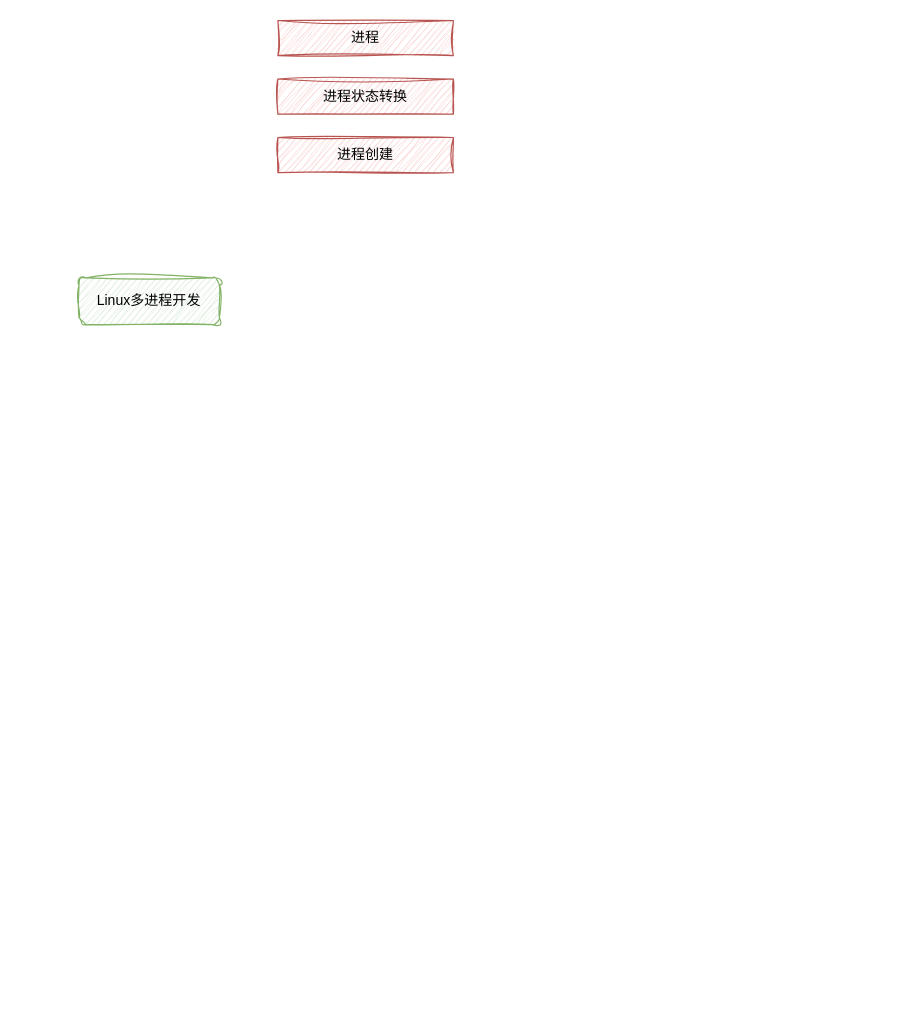
This is Images/Linux多进程开发.drawio from DUTRB/WebServer-Learn, a draw.io file, before an edit. Source tidied: cells renumbered, new cells numbered last; positions are measured from the earlier drawing's top-left corner, leaving out a move shared by most shapes. Both pictures are drawn from the tidied source at 117%, with x=0, y=0 at pixel (78, 20).
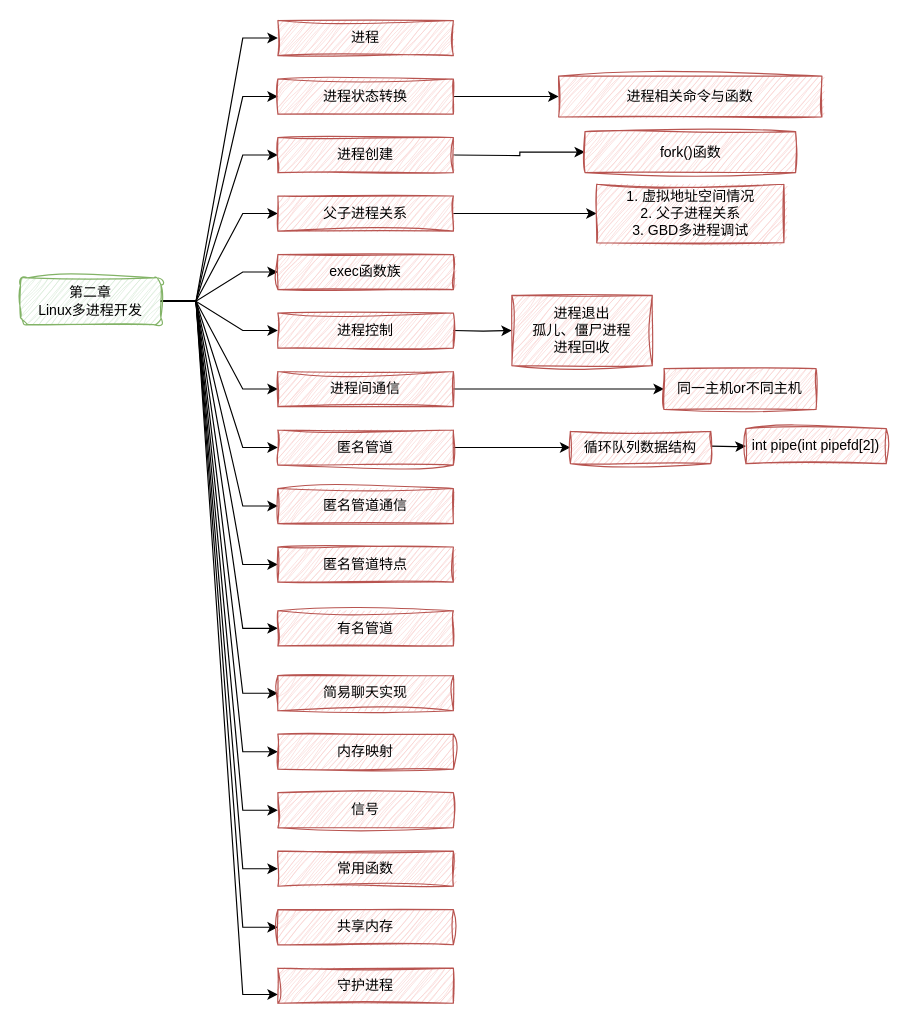
The same diagram, later.

Commit message (it also covers changes not shown here):
更新Linux多进程开发.drawio

The change refers to these unchanged cells:
```xml
<mxCell id="3" value="进程" style="rounded=0;whiteSpace=wrap;html=1;fillColor=#f8cecc;strokeColor=#b85450;sketch=1;curveFitting=1;jiggle=2;glass=0;shadow=0;" parent="1" vertex="1">
  <mxGeometry x="170" width="150" height="30" as="geometry" />
</mxCell>
<mxCell id="4" value="进程状态转换" style="rounded=0;whiteSpace=wrap;html=1;fillColor=#f8cecc;strokeColor=#b85450;sketch=1;curveFitting=1;jiggle=2;glass=0;shadow=0;" parent="1" vertex="1">
  <mxGeometry x="170" y="50" width="150" height="30" as="geometry" />
</mxCell>
<mxCell id="5" value="进程创建" style="rounded=0;whiteSpace=wrap;html=1;fillColor=#f8cecc;strokeColor=#b85450;sketch=1;curveFitting=1;jiggle=2;glass=0;shadow=0;" parent="1" vertex="1">
  <mxGeometry x="170" y="100" width="150" height="30" as="geometry" />
</mxCell>
```

Change to the diagram source:
```diff
@@
+    <mxCell id="6" style="edgeStyle=entityRelationEdgeStyle;rounded=0;jettySize=auto;html=1;exitX=1;exitY=0.5;exitDx=0;exitDy=0;entryX=0;entryY=0.5;entryDx=0;entryDy=0;" parent="1" edge="1" source="2" target="3">
+      <mxGeometry relative="1" as="geometry" />
+    </mxCell>
+    <mxCell id="7" style="edgeStyle=entityRelationEdgeStyle;rounded=0;jettySize=auto;html=1;exitX=1;exitY=0.5;exitDx=0;exitDy=0;" parent="1" edge="1" source="2" target="4">
+      <mxGeometry relative="1" as="geometry" />
+    </mxCell>
+    <mxCell id="8" style="edgeStyle=entityRelationEdgeStyle;rounded=0;jettySize=auto;html=1;exitX=1;exitY=0.5;exitDx=0;exitDy=0;" parent="1" edge="1" source="2" target="5">
+      <mxGeometry relative="1" as="geometry" />
+    </mxCell>
+    <mxCell id="9" style="edgeStyle=entityRelationEdgeStyle;rounded=0;jettySize=auto;html=1;exitX=1;exitY=0.5;exitDx=0;exitDy=0;" parent="1" edge="1" source="2" target="26">
+      <mxGeometry relative="1" as="geometry" />
+    </mxCell>
+    <mxCell id="10" style="edgeStyle=entityRelationEdgeStyle;rounded=0;jettySize=auto;html=1;exitX=1;exitY=0.5;exitDx=0;exitDy=0;" parent="1" edge="1" source="2" target="27">
+      <mxGeometry relative="1" as="geometry" />
+    </mxCell>
+    <mxCell id="11" style="edgeStyle=entityRelationEdgeStyle;rounded=0;jettySize=auto;html=1;exitX=1;exitY=0.5;exitDx=0;exitDy=0;entryX=0;entryY=0.5;entryDx=0;entryDy=0;" parent="1" edge="1" source="2" target="29">
+      <mxGeometry relative="1" as="geometry" />
+    </mxCell>
+    <mxCell id="12" style="edgeStyle=entityRelationEdgeStyle;rounded=0;jettySize=auto;html=1;exitX=1;exitY=0.5;exitDx=0;exitDy=0;entryX=0;entryY=0.5;entryDx=0;entryDy=0;" parent="1" edge="1" source="2" target="31">
+      <mxGeometry relative="1" as="geometry" />
+    </mxCell>
+    <mxCell id="13" style="edgeStyle=entityRelationEdgeStyle;rounded=0;jettySize=auto;html=1;exitX=1;exitY=0.5;exitDx=0;exitDy=0;entryX=0;entryY=0.5;entryDx=0;entryDy=0;" parent="1" edge="1" source="2" target="33">
+      <mxGeometry relative="1" as="geometry" />
+    </mxCell>
+    <mxCell id="14" style="edgeStyle=entityRelationEdgeStyle;rounded=0;jettySize=auto;html=1;exitX=1;exitY=0.5;exitDx=0;exitDy=0;entryX=0;entryY=0.5;entryDx=0;entryDy=0;" parent="1" edge="1" source="2" target="34">
+      <mxGeometry relative="1" as="geometry" />
+    </mxCell>
+    <mxCell id="15" style="edgeStyle=entityRelationEdgeStyle;rounded=0;jettySize=auto;html=1;exitX=1;exitY=0.5;exitDx=0;exitDy=0;entryX=0;entryY=0.5;entryDx=0;entryDy=0;" parent="1" edge="1" source="2" target="35">
+      <mxGeometry relative="1" as="geometry" />
+    </mxCell>
+    <mxCell id="16" style="edgeStyle=entityRelationEdgeStyle;rounded=0;jettySize=auto;html=1;exitX=1;exitY=0.5;exitDx=0;exitDy=0;entryX=0;entryY=0.5;entryDx=0;entryDy=0;" parent="1" edge="1" source="2" target="36">
+      <mxGeometry relative="1" as="geometry" />
+    </mxCell>
+    <mxCell id="17" style="edgeStyle=entityRelationEdgeStyle;rounded=0;jettySize=auto;html=1;exitX=1;exitY=0.5;exitDx=0;exitDy=0;entryX=0;entryY=0.5;entryDx=0;entryDy=0;" parent="1" edge="1" source="2" target="37">
+      <mxGeometry relative="1" as="geometry" />
+    </mxCell>
+    <mxCell id="18" style="edgeStyle=entityRelationEdgeStyle;rounded=0;jettySize=auto;html=1;exitX=1;exitY=0.5;exitDx=0;exitDy=0;entryX=0;entryY=0.5;entryDx=0;entryDy=0;" parent="1" edge="1" source="2" target="38">
+      <mxGeometry relative="1" as="geometry" />
+    </mxCell>
+    <mxCell id="19" style="edgeStyle=entityRelationEdgeStyle;rounded=0;jettySize=auto;html=1;exitX=1;exitY=0.5;exitDx=0;exitDy=0;" parent="1" edge="1" source="2" target="39">
+      <mxGeometry relative="1" as="geometry" />
+    </mxCell>
+    <mxCell id="20" style="edgeStyle=entityRelationEdgeStyle;rounded=0;jettySize=auto;html=1;exitX=1;exitY=0.5;exitDx=0;exitDy=0;entryX=0;entryY=0.5;entryDx=0;entryDy=0;" parent="1" edge="1" source="2" target="40">
+      <mxGeometry relative="1" as="geometry" />
+    </mxCell>
+    <mxCell id="21" style="edgeStyle=entityRelationEdgeStyle;rounded=0;jettySize=auto;html=1;exitX=1;exitY=0.5;exitDx=0;exitDy=0;entryX=0;entryY=0.5;entryDx=0;entryDy=0;" parent="1" edge="1" source="2" target="41">
+      <mxGeometry relative="1" as="geometry" />
+    </mxCell>
+    <mxCell id="22" style="edgeStyle=entityRelationEdgeStyle;rounded=0;jettySize=auto;html=1;exitX=1;exitY=0.5;exitDx=0;exitDy=0;entryX=0;entryY=0.75;entryDx=0;entryDy=0;" parent="1" edge="1" source="2" target="42">
+      <mxGeometry relative="1" as="geometry" />
+    </mxCell>
-    <mxCell id="2" value="Linux多进程开发" style="rounded=1;whiteSpace=wrap;html=1;fillColor=#d5e8d4;strokeColor=#82b366;sketch=1;curveFitting=1;jiggle=2;" parent="1" vertex="1">
-      <mxGeometry y="220" width="120" height="40" as="geometry" />
+    <mxCell id="2" value="第二章&lt;br&gt;Linux多进程开发" style="rounded=1;whiteSpace=wrap;html=1;fillColor=#d5e8d4;strokeColor=#82b366;sketch=1;curveFitting=1;jiggle=2;" parent="1" vertex="1">
+      <mxGeometry x="-50" y="220" width="120" height="40" as="geometry" />
     </mxCell>
@@
+    <mxCell id="23" style="edgeStyle=orthogonalEdgeStyle;rounded=0;jettySize=auto;html=1;" parent="1" edge="1" source="4" target="43">
+      <mxGeometry relative="1" as="geometry" />
+    </mxCell>
@@
+    <mxCell id="24" style="edgeStyle=orthogonalEdgeStyle;rounded=0;jettySize=auto;html=1;" parent="1" edge="1" target="44">
+      <mxGeometry relative="1" as="geometry">
+        <mxPoint x="320" y="115" as="sourcePoint" />
+      </mxGeometry>
+    </mxCell>
@@
+    <mxCell id="25" style="edgeStyle=orthogonalEdgeStyle;rounded=0;jettySize=auto;html=1;" parent="1" edge="1" source="26" target="45">
+      <mxGeometry relative="1" as="geometry" />
+    </mxCell>
+    <mxCell id="26" value="父子进程关系" style="rounded=0;whiteSpace=wrap;html=1;fillColor=#f8cecc;strokeColor=#b85450;sketch=1;curveFitting=1;jiggle=2;glass=0;shadow=0;" parent="1" vertex="1">
+      <mxGeometry x="170" y="150" width="150" height="30" as="geometry" />
+    </mxCell>
+    <mxCell id="27" value="exec函数族" style="rounded=0;whiteSpace=wrap;html=1;fillColor=#f8cecc;strokeColor=#b85450;sketch=1;curveFitting=1;jiggle=2;glass=0;shadow=0;" parent="1" vertex="1">
+      <mxGeometry x="170" y="200" width="150" height="30" as="geometry" />
+    </mxCell>
+    <mxCell id="28" style="edgeStyle=orthogonalEdgeStyle;rounded=0;jettySize=auto;html=1;" parent="1" edge="1" target="46">
+      <mxGeometry relative="1" as="geometry">
+        <mxPoint x="320" y="265" as="sourcePoint" />
+      </mxGeometry>
+    </mxCell>
+    <mxCell id="29" value="进程控制" style="rounded=0;whiteSpace=wrap;html=1;fillColor=#f8cecc;strokeColor=#b85450;sketch=1;curveFitting=1;jiggle=2;glass=0;shadow=0;" parent="1" vertex="1">
+      <mxGeometry x="170" y="250" width="150" height="30" as="geometry" />
+    </mxCell>
+    <mxCell id="30" style="edgeStyle=orthogonalEdgeStyle;rounded=0;jettySize=auto;html=1;" parent="1" edge="1" source="31" target="47">
+      <mxGeometry relative="1" as="geometry" />
+    </mxCell>
+    <mxCell id="31" value="进程间通信" style="rounded=0;whiteSpace=wrap;html=1;fillColor=#f8cecc;strokeColor=#b85450;sketch=1;curveFitting=1;jiggle=2;glass=0;shadow=0;" parent="1" vertex="1">
+      <mxGeometry x="170" y="300" width="150" height="30" as="geometry" />
+    </mxCell>
+    <mxCell id="32" style="edgeStyle=orthogonalEdgeStyle;rounded=0;jettySize=auto;html=1;" parent="1" edge="1" source="33" target="49">
+      <mxGeometry relative="1" as="geometry" />
+    </mxCell>
+    <mxCell id="33" value="匿名管道" style="rounded=0;whiteSpace=wrap;html=1;fillColor=#f8cecc;strokeColor=#b85450;sketch=1;curveFitting=1;jiggle=2;glass=0;shadow=0;" parent="1" vertex="1">
+      <mxGeometry x="170" y="350" width="150" height="30" as="geometry" />
+    </mxCell>
+    <mxCell id="34" value="匿名管道通信" style="rounded=0;whiteSpace=wrap;html=1;fillColor=#f8cecc;strokeColor=#b85450;sketch=1;curveFitting=1;jiggle=2;glass=0;shadow=0;" parent="1" vertex="1">
+      <mxGeometry x="170" y="400" width="150" height="30" as="geometry" />
+    </mxCell>
+    <mxCell id="35" value="匿名管道特点" style="rounded=0;whiteSpace=wrap;html=1;fillColor=#f8cecc;strokeColor=#b85450;sketch=1;curveFitting=1;jiggle=2;glass=0;shadow=0;" parent="1" vertex="1">
+      <mxGeometry x="170" y="450" width="150" height="30" as="geometry" />
+    </mxCell>
+    <mxCell id="36" value="有名管道" style="rounded=0;whiteSpace=wrap;html=1;fillColor=#f8cecc;strokeColor=#b85450;sketch=1;curveFitting=1;jiggle=2;glass=0;shadow=0;" parent="1" vertex="1">
+      <mxGeometry x="170" y="504.5" width="150" height="30" as="geometry" />
+    </mxCell>
+    <mxCell id="37" value="简易聊天实现" style="rounded=0;whiteSpace=wrap;html=1;fillColor=#f8cecc;strokeColor=#b85450;sketch=1;curveFitting=1;jiggle=2;glass=0;shadow=0;" parent="1" vertex="1">
+      <mxGeometry x="170" y="560" width="150" height="30" as="geometry" />
+    </mxCell>
+    <mxCell id="38" value="内存映射" style="rounded=0;whiteSpace=wrap;html=1;fillColor=#f8cecc;strokeColor=#b85450;sketch=1;curveFitting=1;jiggle=2;glass=0;shadow=0;" parent="1" vertex="1">
+      <mxGeometry x="170" y="610" width="150" height="30" as="geometry" />
+    </mxCell>
+    <mxCell id="39" value="信号" style="rounded=0;whiteSpace=wrap;html=1;fillColor=#f8cecc;strokeColor=#b85450;sketch=1;curveFitting=1;jiggle=2;glass=0;shadow=0;" parent="1" vertex="1">
+      <mxGeometry x="170" y="660" width="150" height="30" as="geometry" />
+    </mxCell>
+    <mxCell id="40" value="常用函数" style="rounded=0;whiteSpace=wrap;html=1;fillColor=#f8cecc;strokeColor=#b85450;sketch=1;curveFitting=1;jiggle=2;glass=0;shadow=0;" parent="1" vertex="1">
+      <mxGeometry x="170" y="710" width="150" height="30" as="geometry" />
+    </mxCell>
+    <mxCell id="41" value="共享内存" style="rounded=0;whiteSpace=wrap;html=1;fillColor=#f8cecc;strokeColor=#b85450;sketch=1;curveFitting=1;jiggle=2;glass=0;shadow=0;" parent="1" vertex="1">
+      <mxGeometry x="170" y="760" width="150" height="30" as="geometry" />
+    </mxCell>
+    <mxCell id="42" value="守护进程" style="rounded=0;whiteSpace=wrap;html=1;fillColor=#f8cecc;strokeColor=#b85450;sketch=1;curveFitting=1;jiggle=2;glass=0;shadow=0;" parent="1" vertex="1">
+      <mxGeometry x="170" y="810" width="150" height="30" as="geometry" />
+    </mxCell>
+    <mxCell id="43" value="进程相关命令与函数" style="whiteSpace=wrap;html=1;fillColor=#f8cecc;strokeColor=#b85450;rounded=0;sketch=1;curveFitting=1;jiggle=2;glass=0;shadow=0;" parent="1" vertex="1">
+      <mxGeometry x="410" y="47.5" width="225" height="35" as="geometry" />
+    </mxCell>
+    <mxCell id="44" value="fork()函数" style="whiteSpace=wrap;html=1;fillColor=#f8cecc;strokeColor=#b85450;rounded=0;sketch=1;curveFitting=1;jiggle=2;glass=0;shadow=0;" parent="1" vertex="1">
+      <mxGeometry x="432.5" y="95" width="180" height="35" as="geometry" />
+    </mxCell>
+    <mxCell id="45" value="1. 虚拟地址空间情况&lt;br&gt;2. 父子进程关系&lt;br&gt;3. GBD多进程调试" style="rounded=0;whiteSpace=wrap;html=1;fillColor=#f8cecc;strokeColor=#b85450;sketch=1;curveFitting=1;jiggle=2;glass=0;shadow=0;" parent="1" vertex="1">
+      <mxGeometry x="442.5" y="140" width="160" height="50" as="geometry" />
+    </mxCell>
+    <mxCell id="46" value="进程退出&lt;br&gt;孤儿、僵尸进程&lt;br&gt;进程回收" style="whiteSpace=wrap;html=1;fillColor=#f8cecc;strokeColor=#b85450;rounded=0;sketch=1;curveFitting=1;jiggle=2;glass=0;shadow=0;" parent="1" vertex="1">
+      <mxGeometry x="370" y="235" width="120" height="60" as="geometry" />
+    </mxCell>
+    <mxCell id="47" value="同一主机or不同主机" style="whiteSpace=wrap;html=1;fillColor=#f8cecc;strokeColor=#b85450;rounded=0;sketch=1;curveFitting=1;jiggle=2;glass=0;shadow=0;" parent="1" vertex="1">
+      <mxGeometry x="500" y="297.5" width="130" height="35" as="geometry" />
+    </mxCell>
+    <mxCell id="48" style="edgeStyle=orthogonalEdgeStyle;rounded=0;jettySize=auto;html=1;" parent="1" edge="1" target="50">
+      <mxGeometry relative="1" as="geometry">
+        <mxPoint x="540" y="363.8" as="sourcePoint" />
+      </mxGeometry>
+    </mxCell>
+    <mxCell id="49" value="循环队列数据结构" style="whiteSpace=wrap;html=1;fillColor=#f8cecc;strokeColor=#b85450;rounded=0;sketch=1;curveFitting=1;jiggle=2;glass=0;shadow=0;" parent="1" vertex="1">
+      <mxGeometry x="420" y="351.2" width="120" height="27.5" as="geometry" />
+    </mxCell>
+    <mxCell id="50" value="int pipe(int pipefd[2])" style="whiteSpace=wrap;html=1;fillColor=#f8cecc;strokeColor=#b85450;rounded=0;sketch=1;curveFitting=1;jiggle=2;glass=0;shadow=0;" parent="1" vertex="1">
+      <mxGeometry x="570" y="348.8" width="120" height="30" as="geometry" />
+    </mxCell>
```
